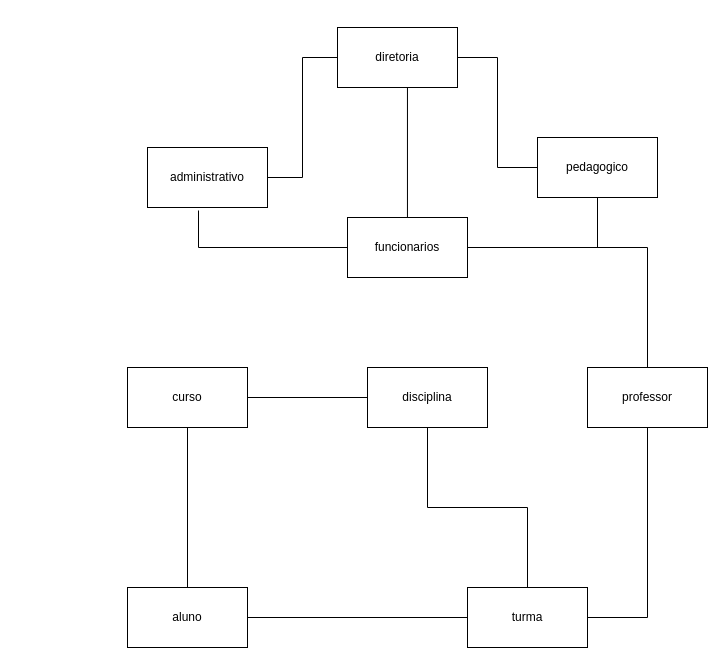
GuilhermeScheidt/diagrams keeps this draw.io diagram as Untitled Diagram.drawio. Above is the earlier version. Source tidied: cells renumbered, new cells numbered last; positions are measured from the earlier drawing's top-left corner, leaving out a move shared by most shapes. Both pictures are drawn from the tidied source at 100%, with x=0, y=0 at pixel (127, 27).
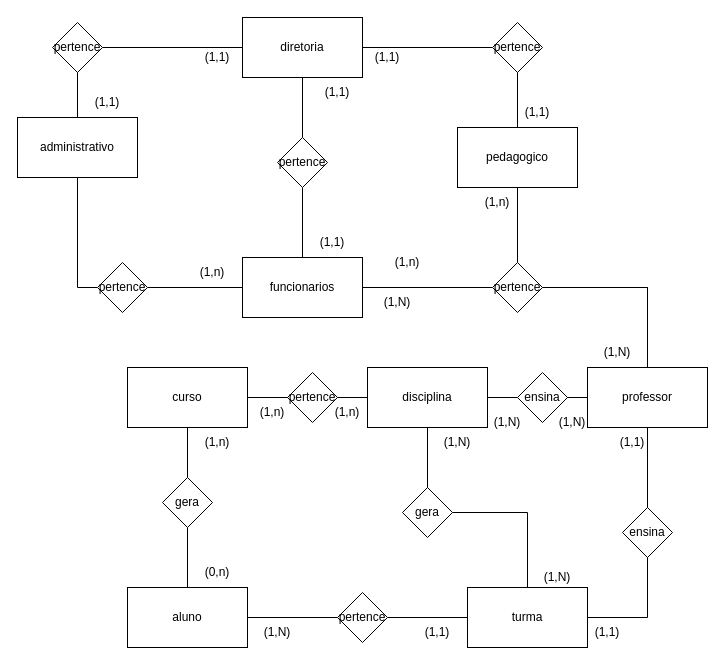
Above is the later version.

Commit message:
school departament concept final

The change refers to these unchanged cells:
```xml
<mxCell id="14" value="curso" style="rounded=0;whiteSpace=wrap;html=1;" parent="1" vertex="1">
  <mxGeometry y="340" width="120" height="60" as="geometry" />
</mxCell>
<mxCell id="16" value="disciplina" style="rounded=0;whiteSpace=wrap;html=1;" parent="1" vertex="1">
  <mxGeometry x="240" y="340" width="120" height="60" as="geometry" />
</mxCell>
<mxCell id="18" value="professor" style="rounded=0;whiteSpace=wrap;html=1;" parent="1" vertex="1">
  <mxGeometry x="460" y="340" width="120" height="60" as="geometry" />
</mxCell>
<mxCell id="20" value="aluno" style="rounded=0;whiteSpace=wrap;html=1;" parent="1" vertex="1">
  <mxGeometry y="560" width="120" height="60" as="geometry" />
</mxCell>
<mxCell id="21" value="turma" style="rounded=0;whiteSpace=wrap;html=1;" parent="1" vertex="1">
  <mxGeometry x="340" y="560" width="120" height="60" as="geometry" />
</mxCell>
```

What changed in the source:
```diff
@@
     <mxCell id="2" value="diretoria" style="rounded=0;whiteSpace=wrap;html=1;" parent="1" vertex="1">
-      <mxGeometry x="210" width="120" height="60" as="geometry" />
+      <mxGeometry x="115" y="-10" width="120" height="60" as="geometry" />
     </mxCell>
-    <mxCell id="3" style="edgeStyle=orthogonalEdgeStyle;rounded=0;jettySize=auto;html=1;entryX=1;entryY=0.5;entryDx=0;entryDy=0;endArrow=none;endFill=0;" parent="1" edge="1" source="4" target="2">
-      <mxGeometry relative="1" as="geometry" />
-    </mxCell>
     <mxCell id="4" value="pedagogico" style="rounded=0;whiteSpace=wrap;html=1;" parent="1" vertex="1">
-      <mxGeometry x="410" y="110" width="120" height="60" as="geometry" />
+      <mxGeometry x="330" y="100" width="120" height="60" as="geometry" />
     </mxCell>
-    <mxCell id="5" style="edgeStyle=orthogonalEdgeStyle;rounded=0;jettySize=auto;html=1;entryX=0;entryY=0.5;entryDx=0;entryDy=0;endArrow=none;endFill=0;" parent="1" edge="1" source="6" target="2">
-      <mxGeometry relative="1" as="geometry" />
-    </mxCell>
+    <mxCell id="22" style="edgeStyle=orthogonalEdgeStyle;rounded=0;jettySize=auto;html=1;entryX=0;entryY=0.5;entryDx=0;entryDy=0;endArrow=none;endFill=0;" parent="1" edge="1" source="6" target="24">
+      <mxGeometry relative="1" as="geometry" />
+    </mxCell>
     <mxCell id="6" value="administrativo" style="rounded=0;whiteSpace=wrap;html=1;" parent="1" vertex="1">
-      <mxGeometry x="20" y="120" width="120" height="60" as="geometry" />
+      <mxGeometry x="-110" y="90" width="120" height="60" as="geometry" />
     </mxCell>
-    <mxCell id="7" style="edgeStyle=orthogonalEdgeStyle;rounded=0;jettySize=auto;html=1;entryX=0.583;entryY=1;entryDx=0;entryDy=0;entryPerimeter=0;endArrow=none;endFill=0;" parent="1" edge="1" source="11" target="2">
-      <mxGeometry relative="1" as="geometry" />
-    </mxCell>
-    <mxCell id="8" style="edgeStyle=orthogonalEdgeStyle;rounded=0;jettySize=auto;html=1;entryX=0.5;entryY=1;entryDx=0;entryDy=0;endArrow=none;endFill=0;" parent="1" edge="1" source="11" target="4">
+    <mxCell id="8" style="edgeStyle=orthogonalEdgeStyle;rounded=0;jettySize=auto;html=1;entryX=0.5;entryY=1;entryDx=0;entryDy=0;endArrow=none;endFill=0;startArrow=none;" parent="1" edge="1" source="27" target="4">
       <mxGeometry relative="1" as="geometry" />
     </mxCell>
-    <mxCell id="9" style="edgeStyle=orthogonalEdgeStyle;rounded=0;jettySize=auto;html=1;entryX=0.425;entryY=1.05;entryDx=0;entryDy=0;entryPerimeter=0;endArrow=none;endFill=0;" parent="1" edge="1" source="11" target="6">
-      <mxGeometry relative="1" as="geometry" />
-    </mxCell>
-    <mxCell id="10" style="edgeStyle=orthogonalEdgeStyle;rounded=0;jettySize=auto;html=1;entryX=0.5;entryY=0;entryDx=0;entryDy=0;endArrow=none;endFill=0;" parent="1" edge="1" source="11" target="18">
+    <mxCell id="10" style="edgeStyle=orthogonalEdgeStyle;rounded=0;jettySize=auto;html=1;entryX=0.5;entryY=0;entryDx=0;entryDy=0;endArrow=none;endFill=0;startArrow=none;" parent="1" edge="1" source="27" target="18">
       <mxGeometry relative="1" as="geometry" />
     </mxCell>
     <mxCell id="11" value="funcionarios" style="rounded=0;whiteSpace=wrap;html=1;" parent="1" vertex="1">
-      <mxGeometry x="220" y="190" width="120" height="60" as="geometry" />
+      <mxGeometry x="115" y="230" width="120" height="60" as="geometry" />
     </mxCell>
@@
-    <mxCell id="13" style="edgeStyle=orthogonalEdgeStyle;rounded=0;jettySize=auto;html=1;entryX=0.5;entryY=0;entryDx=0;entryDy=0;endArrow=none;endFill=0;" parent="1" edge="1" source="14" target="20">
+    <mxCell id="13" style="edgeStyle=orthogonalEdgeStyle;rounded=0;jettySize=auto;html=1;entryX=0.5;entryY=0;entryDx=0;entryDy=0;endArrow=none;endFill=0;startArrow=none;" parent="1" edge="1" source="31" target="20">
       <mxGeometry relative="1" as="geometry" />
     </mxCell>
@@
-    <mxCell id="15" style="edgeStyle=orthogonalEdgeStyle;rounded=0;jettySize=auto;html=1;endArrow=none;endFill=0;" parent="1" edge="1" source="16" target="21">
+    <mxCell id="15" style="edgeStyle=orthogonalEdgeStyle;rounded=0;jettySize=auto;html=1;endArrow=none;endFill=0;startArrow=none;" parent="1" edge="1" source="36" target="21">
       <mxGeometry relative="1" as="geometry" />
     </mxCell>
@@
-    <mxCell id="19" style="edgeStyle=orthogonalEdgeStyle;rounded=0;jettySize=auto;html=1;endArrow=none;endFill=0;" parent="1" edge="1" source="20" target="21">
+    <mxCell id="19" style="edgeStyle=orthogonalEdgeStyle;rounded=0;jettySize=auto;html=1;endArrow=none;endFill=0;startArrow=none;" parent="1" edge="1" source="33" target="21">
       <mxGeometry relative="1" as="geometry" />
     </mxCell>
@@
+    <mxCell id="23" style="edgeStyle=orthogonalEdgeStyle;rounded=0;jettySize=auto;html=1;entryX=0;entryY=0.5;entryDx=0;entryDy=0;endArrow=none;endFill=0;" parent="1" edge="1" source="24" target="11">
+      <mxGeometry relative="1" as="geometry" />
+    </mxCell>
+    <mxCell id="24" value="pertence" style="rhombus;whiteSpace=wrap;html=1;" parent="1" vertex="1">
+      <mxGeometry x="-30" y="235" width="50" height="50" as="geometry" />
+    </mxCell>
+    <mxCell id="25" style="edgeStyle=orthogonalEdgeStyle;rounded=0;jettySize=auto;html=1;endArrow=none;endFill=0;" parent="1" edge="1" source="27" target="18">
+      <mxGeometry relative="1" as="geometry" />
+    </mxCell>
+    <mxCell id="26" style="edgeStyle=orthogonalEdgeStyle;rounded=0;jettySize=auto;html=1;endArrow=none;endFill=0;" parent="1" edge="1" source="27" target="11">
+      <mxGeometry relative="1" as="geometry" />
+    </mxCell>
+    <mxCell id="27" value="pertence" style="rhombus;whiteSpace=wrap;html=1;" parent="1" vertex="1">
+      <mxGeometry x="365" y="235" width="50" height="50" as="geometry" />
+    </mxCell>
+    <mxCell id="28" style="edgeStyle=orthogonalEdgeStyle;rounded=0;jettySize=auto;html=1;endArrow=none;endFill=0;" parent="1" edge="1" source="30" target="2">
+      <mxGeometry relative="1" as="geometry" />
+    </mxCell>
+    <mxCell id="29" style="edgeStyle=orthogonalEdgeStyle;rounded=0;jettySize=auto;html=1;endArrow=none;endFill=0;" parent="1" edge="1" source="30" target="11">
+      <mxGeometry relative="1" as="geometry" />
+    </mxCell>
+    <mxCell id="30" value="pertence" style="rhombus;whiteSpace=wrap;html=1;" parent="1" vertex="1">
+      <mxGeometry x="150" y="110" width="50" height="50" as="geometry" />
+    </mxCell>
+    <mxCell id="31" value="gera" style="rhombus;whiteSpace=wrap;html=1;" parent="1" vertex="1">
+      <mxGeometry x="35" y="450" width="50" height="50" as="geometry" />
+    </mxCell>
+    <mxCell id="32" style="edgeStyle=orthogonalEdgeStyle;rounded=0;jettySize=auto;html=1;entryX=0.5;entryY=0;entryDx=0;entryDy=0;endArrow=none;endFill=0;" parent="1" edge="1" source="14" target="31">
+      <mxGeometry relative="1" as="geometry" />
+    </mxCell>
+    <mxCell id="33" value="pertence" style="rhombus;whiteSpace=wrap;html=1;" parent="1" vertex="1">
+      <mxGeometry x="210" y="565" width="50" height="50" as="geometry" />
+    </mxCell>
+    <mxCell id="34" style="edgeStyle=orthogonalEdgeStyle;rounded=0;jettySize=auto;html=1;endArrow=none;endFill=0;" parent="1" edge="1" source="20" target="33">
+      <mxGeometry relative="1" as="geometry" />
+    </mxCell>
+    <mxCell id="35" value="ensina" style="rhombus;whiteSpace=wrap;html=1;" parent="1" vertex="1">
+      <mxGeometry x="495" y="480" width="50" height="50" as="geometry" />
+    </mxCell>
+    <mxCell id="36" value="gera" style="rhombus;whiteSpace=wrap;html=1;" parent="1" vertex="1">
+      <mxGeometry x="275" y="460" width="50" height="50" as="geometry" />
+    </mxCell>
+    <mxCell id="37" style="edgeStyle=orthogonalEdgeStyle;rounded=0;jettySize=auto;html=1;endArrow=none;endFill=0;" parent="1" edge="1" source="16" target="36">
+      <mxGeometry relative="1" as="geometry" />
+    </mxCell>
+    <mxCell id="38" value="(1,N)" style="text;html=1;strokeColor=none;fillColor=none;align=center;verticalAlign=middle;whiteSpace=wrap;rounded=0;" parent="1" vertex="1">
+      <mxGeometry x="415" y="380" width="60" height="30" as="geometry" />
+    </mxCell>
+    <mxCell id="39" value="(1,N)" style="text;html=1;strokeColor=none;fillColor=none;align=center;verticalAlign=middle;whiteSpace=wrap;rounded=0;" parent="1" vertex="1">
+      <mxGeometry x="240" y="260" width="60" height="30" as="geometry" />
+    </mxCell>
+    <mxCell id="40" value="pertence" style="rhombus;whiteSpace=wrap;html=1;" parent="1" vertex="1">
+      <mxGeometry x="160" y="345" width="50" height="50" as="geometry" />
+    </mxCell>
+    <mxCell id="41" style="edgeStyle=orthogonalEdgeStyle;rounded=0;jettySize=auto;html=1;entryX=0;entryY=0.5;entryDx=0;entryDy=0;endArrow=none;endFill=0;" parent="1" edge="1" source="43" target="18">
+      <mxGeometry relative="1" as="geometry" />
+    </mxCell>
+    <mxCell id="42" style="edgeStyle=orthogonalEdgeStyle;rounded=0;jettySize=auto;html=1;entryX=1;entryY=0.5;entryDx=0;entryDy=0;endArrow=none;endFill=0;" parent="1" edge="1" source="43" target="16">
+      <mxGeometry relative="1" as="geometry" />
+    </mxCell>
+    <mxCell id="43" value="ensina" style="rhombus;whiteSpace=wrap;html=1;" parent="1" vertex="1">
+      <mxGeometry x="390" y="345" width="50" height="50" as="geometry" />
+    </mxCell>
+    <mxCell id="44" value="(1,1)" style="text;html=1;strokeColor=none;fillColor=none;align=center;verticalAlign=middle;whiteSpace=wrap;rounded=0;" parent="1" vertex="1">
+      <mxGeometry x="280" y="590" width="60" height="30" as="geometry" />
+    </mxCell>
+    <mxCell id="45" value="(1,N)" style="text;html=1;strokeColor=none;fillColor=none;align=center;verticalAlign=middle;whiteSpace=wrap;rounded=0;" parent="1" vertex="1">
+      <mxGeometry x="120" y="590" width="60" height="30" as="geometry" />
+    </mxCell>
+    <mxCell id="46" value="(1,n)" style="text;html=1;strokeColor=none;fillColor=none;align=center;verticalAlign=middle;whiteSpace=wrap;rounded=0;" parent="1" vertex="1">
+      <mxGeometry x="60" y="400" width="60" height="30" as="geometry" />
+    </mxCell>
+    <mxCell id="47" value="(0,n)" style="text;html=1;strokeColor=none;fillColor=none;align=center;verticalAlign=middle;whiteSpace=wrap;rounded=0;" parent="1" vertex="1">
+      <mxGeometry x="60" y="530" width="60" height="30" as="geometry" />
+    </mxCell>
+    <mxCell id="48" value="(1,n)" style="text;html=1;strokeColor=none;fillColor=none;align=center;verticalAlign=middle;whiteSpace=wrap;rounded=0;" parent="1" vertex="1">
+      <mxGeometry x="115" y="370" width="60" height="30" as="geometry" />
+    </mxCell>
+    <mxCell id="49" value="(1,n)" style="text;html=1;strokeColor=none;fillColor=none;align=center;verticalAlign=middle;whiteSpace=wrap;rounded=0;" parent="1" vertex="1">
+      <mxGeometry x="190" y="370" width="60" height="30" as="geometry" />
+    </mxCell>
+    <mxCell id="50" value="(1,N)" style="text;html=1;strokeColor=none;fillColor=none;align=center;verticalAlign=middle;whiteSpace=wrap;rounded=0;" parent="1" vertex="1">
+      <mxGeometry x="350" y="380" width="60" height="30" as="geometry" />
+    </mxCell>
+    <mxCell id="51" value="(1,N)" style="text;html=1;strokeColor=none;fillColor=none;align=center;verticalAlign=middle;whiteSpace=wrap;rounded=0;" parent="1" vertex="1">
+      <mxGeometry x="300" y="400" width="60" height="30" as="geometry" />
+    </mxCell>
+    <mxCell id="52" value="(1,N)" style="text;html=1;strokeColor=none;fillColor=none;align=center;verticalAlign=middle;whiteSpace=wrap;rounded=0;" parent="1" vertex="1">
+      <mxGeometry x="400" y="535" width="60" height="30" as="geometry" />
+    </mxCell>
+    <mxCell id="53" value="(1,1)" style="text;html=1;strokeColor=none;fillColor=none;align=center;verticalAlign=middle;whiteSpace=wrap;rounded=0;" parent="1" vertex="1">
+      <mxGeometry x="450" y="590" width="60" height="30" as="geometry" />
+    </mxCell>
+    <mxCell id="54" value="(1,1)" style="text;html=1;strokeColor=none;fillColor=none;align=center;verticalAlign=middle;whiteSpace=wrap;rounded=0;" parent="1" vertex="1">
+      <mxGeometry x="475" y="400" width="60" height="30" as="geometry" />
+    </mxCell>
+    <mxCell id="55" value="(1,N)" style="text;html=1;strokeColor=none;fillColor=none;align=center;verticalAlign=middle;whiteSpace=wrap;rounded=0;" parent="1" vertex="1">
+      <mxGeometry x="460" y="310" width="60" height="30" as="geometry" />
+    </mxCell>
+    <mxCell id="56" value="(1,1)" style="text;html=1;strokeColor=none;fillColor=none;align=center;verticalAlign=middle;whiteSpace=wrap;rounded=0;" parent="1" vertex="1">
+      <mxGeometry x="175" y="200" width="60" height="30" as="geometry" />
+    </mxCell>
+    <mxCell id="57" value="(1,1)" style="text;html=1;strokeColor=none;fillColor=none;align=center;verticalAlign=middle;whiteSpace=wrap;rounded=0;" parent="1" vertex="1">
+      <mxGeometry x="180" y="50" width="60" height="30" as="geometry" />
+    </mxCell>
+    <mxCell id="58" style="edgeStyle=orthogonalEdgeStyle;rounded=0;jettySize=auto;html=1;entryX=0;entryY=0.5;entryDx=0;entryDy=0;endArrow=none;endFill=0;" parent="1" edge="1" source="60" target="2">
+      <mxGeometry relative="1" as="geometry" />
+    </mxCell>
+    <mxCell id="59" style="edgeStyle=orthogonalEdgeStyle;rounded=0;jettySize=auto;html=1;endArrow=none;endFill=0;" parent="1" edge="1" source="60" target="6">
+      <mxGeometry relative="1" as="geometry" />
+    </mxCell>
+    <mxCell id="60" value="pertence" style="rhombus;whiteSpace=wrap;html=1;" parent="1" vertex="1">
+      <mxGeometry x="-75" y="-5" width="50" height="50" as="geometry" />
+    </mxCell>
+    <mxCell id="61" style="edgeStyle=orthogonalEdgeStyle;rounded=0;jettySize=auto;html=1;endArrow=none;endFill=0;" parent="1" edge="1" source="63" target="4">
+      <mxGeometry relative="1" as="geometry" />
+    </mxCell>
+    <mxCell id="62" style="edgeStyle=orthogonalEdgeStyle;rounded=0;jettySize=auto;html=1;entryX=1;entryY=0.5;entryDx=0;entryDy=0;endArrow=none;endFill=0;" parent="1" edge="1" source="63" target="2">
+      <mxGeometry relative="1" as="geometry" />
+    </mxCell>
+    <mxCell id="63" value="pertence" style="rhombus;whiteSpace=wrap;html=1;" parent="1" vertex="1">
+      <mxGeometry x="365" y="-5" width="50" height="50" as="geometry" />
+    </mxCell>
+    <mxCell id="64" value="(1,1)" style="text;html=1;strokeColor=none;fillColor=none;align=center;verticalAlign=middle;whiteSpace=wrap;rounded=0;" parent="1" vertex="1">
+      <mxGeometry x="380" y="70" width="60" height="30" as="geometry" />
+    </mxCell>
+    <mxCell id="65" value="(1,1)" style="text;html=1;strokeColor=none;fillColor=none;align=center;verticalAlign=middle;whiteSpace=wrap;rounded=0;" parent="1" vertex="1">
+      <mxGeometry x="-50" y="60" width="60" height="30" as="geometry" />
+    </mxCell>
+    <mxCell id="66" value="(1,1)" style="text;html=1;strokeColor=none;fillColor=none;align=center;verticalAlign=middle;whiteSpace=wrap;rounded=0;" parent="1" vertex="1">
+      <mxGeometry x="230" y="15" width="60" height="30" as="geometry" />
+    </mxCell>
+    <mxCell id="67" value="(1,1)" style="text;html=1;strokeColor=none;fillColor=none;align=center;verticalAlign=middle;whiteSpace=wrap;rounded=0;" parent="1" vertex="1">
+      <mxGeometry x="60" y="15" width="60" height="30" as="geometry" />
+    </mxCell>
+    <mxCell id="68" value="(1,n)" style="text;html=1;strokeColor=none;fillColor=none;align=center;verticalAlign=middle;whiteSpace=wrap;rounded=0;" parent="1" vertex="1">
+      <mxGeometry x="55" y="230" width="60" height="30" as="geometry" />
+    </mxCell>
+    <mxCell id="69" value="(1,n)" style="text;html=1;strokeColor=none;fillColor=none;align=center;verticalAlign=middle;whiteSpace=wrap;rounded=0;" parent="1" vertex="1">
+      <mxGeometry x="340" y="160" width="60" height="30" as="geometry" />
+    </mxCell>
+    <mxCell id="70" value="(1,n)" style="text;html=1;strokeColor=none;fillColor=none;align=center;verticalAlign=middle;whiteSpace=wrap;rounded=0;" parent="1" vertex="1">
+      <mxGeometry x="250" y="220" width="60" height="30" as="geometry" />
+    </mxCell>
```
